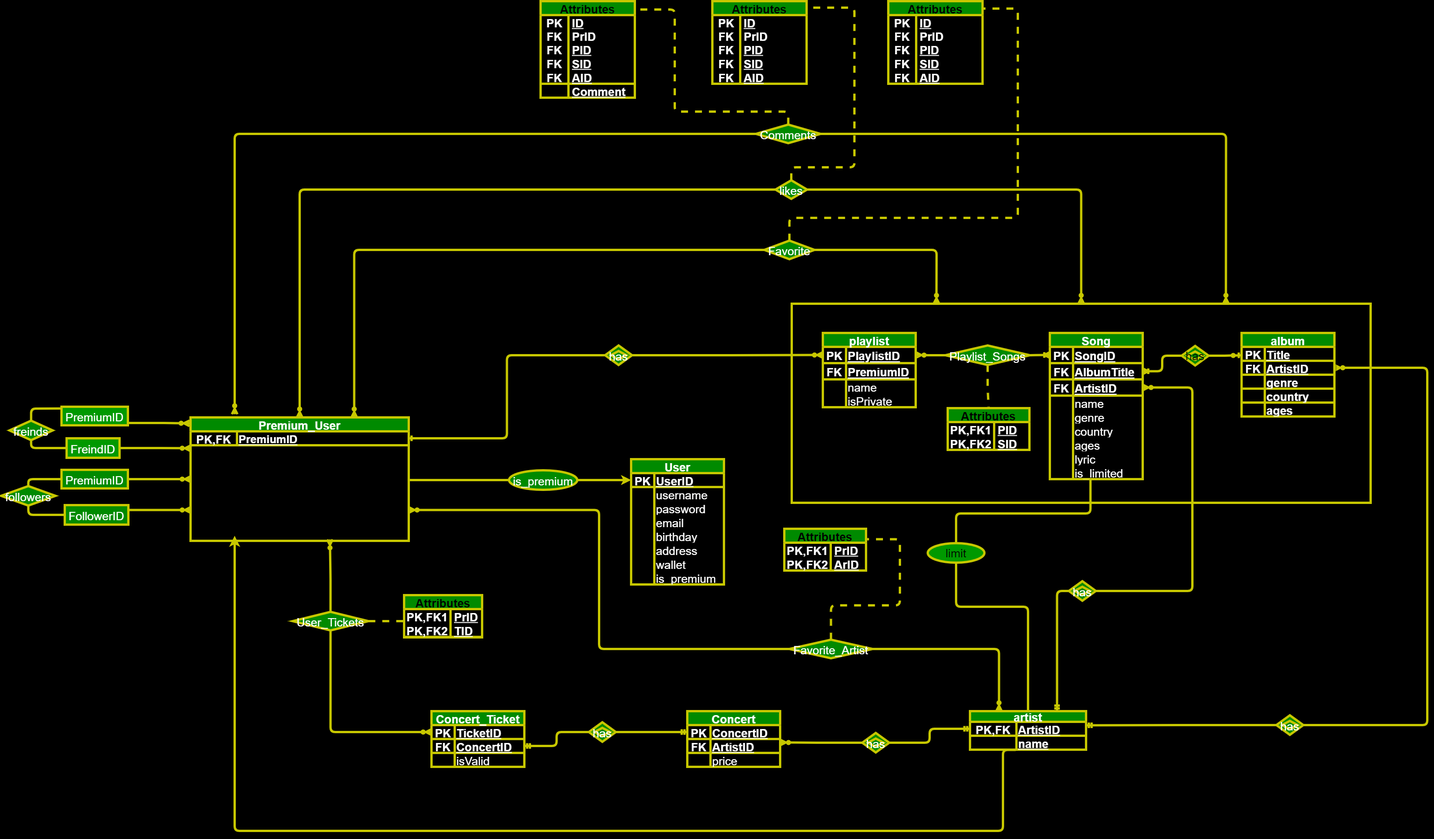
This is ER/ER-diagram-spotify.png from danialmd81/spotify, a draw.io export, as it was before one commit. Source tidied: cells renumbered, new cells last; positions are measured from the earlier drawing's top-left corner, leaving out a move shared by most shapes.
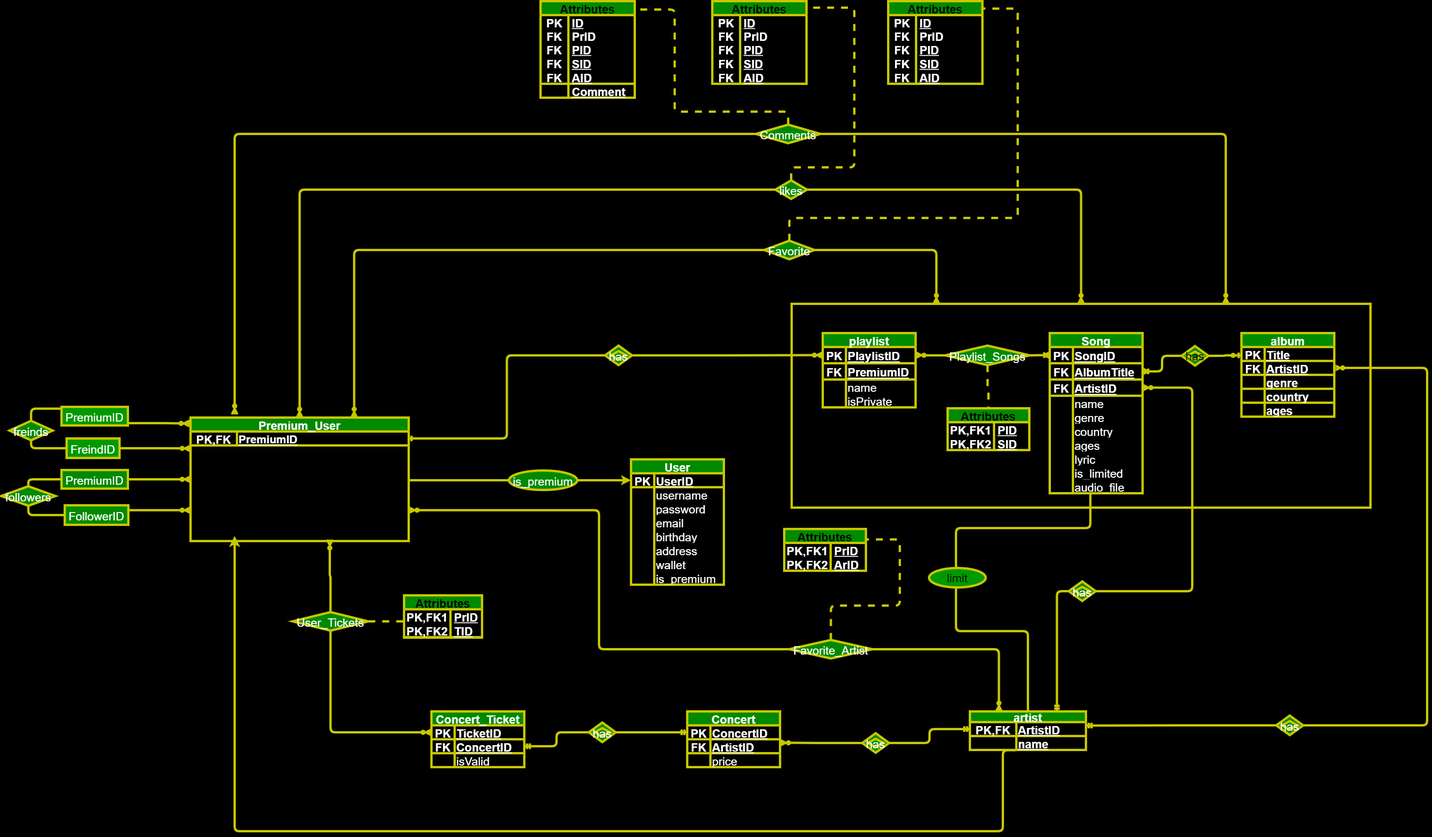
The same diagram one commit later.

What changed in the source:
```diff
@@ -3,7 +3,7 @@
     <mxCell id="0" />
     <mxCell id="1" parent="0" />
     <mxCell id="2" value="Entity" style="whiteSpace=wrap;html=1;align=center;rounded=0;labelBackgroundColor=none;labelBorderColor=none;comic=0;strokeWidth=5;fontFamily=Helvetica;fontSize=25;startSize=30;fillColor=none;fontStyle=1;strokeColor=#C7C700;fontColor=none;noLabel=1;perimeterSpacing=0;swimlaneLine=1;swimlaneFillColor=#000000;spacingTop=0;spacingLeft=2;spacingRight=2;" parent="1" vertex="1">
-      <mxGeometry x="1703" y="652" width="1247" height="429" as="geometry" />
+      <mxGeometry x="1703" y="652" width="1247" height="439" as="geometry" />
     </mxCell>
     <mxCell id="3" value="User" style="shape=table;startSize=30;rowLines=0;fontStyle=1;align=center;labelBackgroundColor=none;fillColor=#008a00;strokeColor=#C7C700;fontColor=#ffffff;rounded=0;strokeWidth=5;swimlaneLine=1;fixDash=0;comic=0;enumerate=0;backgroundOutline=0;fontSize=25;labelBorderColor=none;perimeterSpacing=0;swimlaneFillColor=#000000;spacingTop=0;spacingLeft=2;spacingRight=2;" parent="1" vertex="1">
       <mxGeometry x="1357" y="987" width="200" height="270" as="geometry" />
@@ -104,8 +104,9 @@
     <mxCell id="35" style="edgeStyle=orthogonalEdgeStyle;shape=connector;rounded=1;comic=0;html=1;exitX=0.5;exitY=0;exitDx=0;exitDy=0;entryX=0.5;entryY=1;entryDx=0;entryDy=0;labelBackgroundColor=none;labelBorderColor=none;strokeColor=#C7C700;strokeWidth=5;fontFamily=Helvetica;fontSize=25;fontColor=default;endArrow=none;endFill=0;startSize=30;targetPerimeterSpacing=0;fillColor=#A8DADC;" parent="1" edge="1" source="36" target="177">
       <mxGeometry relative="1" as="geometry">
         <Array as="points">
-          <mxPoint x="2212" y="1305" />
-          <mxPoint x="2057" y="1305" />
+          <mxPoint x="2212" y="1357" />
+          <mxPoint x="2057" y="1357" />
+          <mxPoint x="2057" y="1238" />
         </Array>
       </mxGeometry>
     </mxCell>
@@ -161,7 +162,7 @@
       <mxGeometry x="50" width="150" height="30" as="geometry" />
     </mxCell>
     <mxCell id="53" value="Song" style="shape=table;startSize=30;rowLines=0;fontStyle=1;align=center;strokeColor=#C7C700;fontColor=#ffffff;fillColor=#008a00;labelBackgroundColor=none;rounded=0;strokeWidth=5;swimlaneLine=1;fixDash=0;comic=0;enumerate=0;backgroundOutline=0;fontSize=25;labelBorderColor=none;perimeterSpacing=0;swimlaneFillColor=#000000;spacingTop=0;spacingLeft=2;spacingRight=2;" parent="1" vertex="1">
-      <mxGeometry x="2259" y="715" width="200" height="315" as="geometry" />
+      <mxGeometry x="2259" y="715" width="200" height="345" as="geometry" />
     </mxCell>
     <mxCell id="54" style="shape=tableRow;horizontal=0;startSize=0;swimlaneHead=0;swimlaneBody=0;fillColor=none;points=[[0,0.5],[1,0.5]];portConstraint=eastwest;top=0;left=0;right=0;bottom=1;strokeColor=#C7C700;fontColor=#FFFFFF;labelBackgroundColor=none;rounded=0;strokeWidth=5;swimlaneLine=1;fixDash=0;snapToPoint=0;comic=0;enumerate=0;backgroundOutline=0;fontSize=25;labelBorderColor=none;perimeterSpacing=0;swimlaneFillColor=#000000;spacingTop=0;spacingLeft=2;spacingRight=2;" parent="53" vertex="1">
       <mxGeometry y="30" width="200" height="35" as="geometry" />
@@ -244,6 +245,15 @@
     <mxCell id="80" value="is_limited" style="shape=partialRectangle;fillColor=none;top=0;left=0;bottom=0;right=0;align=left;spacingLeft=2;overflow=hidden;strokeColor=#C7C700;fontColor=#FFFFFF;labelBackgroundColor=none;rounded=0;strokeWidth=5;swimlaneLine=1;fixDash=0;snapToPoint=0;comic=0;enumerate=0;backgroundOutline=0;fontSize=25;labelBorderColor=none;perimeterSpacing=0;swimlaneFillColor=#000000;spacingTop=0;spacingRight=2;" parent="78" vertex="1">
       <mxGeometry x="50" width="150" height="30" as="geometry" />
     </mxCell>
+    <mxCell id="251" style="shape=tableRow;horizontal=0;startSize=0;swimlaneHead=0;swimlaneBody=0;fillColor=none;top=0;left=0;right=0;bottom=0;strokeColor=#C7C700;fontColor=#FFFFFF;labelBackgroundColor=none;rounded=0;strokeWidth=5;swimlaneLine=1;fixDash=0;comic=0;enumerate=0;backgroundOutline=0;fontSize=25;labelBorderColor=none;perimeterSpacing=0;swimlaneFillColor=#000000;spacingTop=0;spacingLeft=2;spacingRight=2;" parent="53" vertex="1">
+      <mxGeometry y="315" width="200" height="30" as="geometry" />
+    </mxCell>
+    <mxCell id="252" style="shape=partialRectangle;fillColor=none;top=0;left=0;bottom=0;right=0;overflow=hidden;strokeColor=#C7C700;fontColor=#FFFFFF;labelBackgroundColor=none;rounded=0;strokeWidth=5;swimlaneLine=1;fixDash=0;comic=0;enumerate=0;backgroundOutline=0;fontSize=25;labelBorderColor=none;perimeterSpacing=0;swimlaneFillColor=#000000;spacingTop=0;spacingLeft=2;spacingRight=2;" parent="251" vertex="1">
+      <mxGeometry width="50" height="30" as="geometry" />
+    </mxCell>
+    <mxCell id="253" value="audio_file" style="shape=partialRectangle;fillColor=none;top=0;left=0;bottom=0;right=0;align=left;spacingLeft=2;overflow=hidden;strokeColor=#C7C700;fontColor=#FFFFFF;labelBackgroundColor=none;rounded=0;strokeWidth=5;swimlaneLine=1;fixDash=0;snapToPoint=0;comic=0;enumerate=0;backgroundOutline=0;fontSize=25;labelBorderColor=none;perimeterSpacing=0;swimlaneFillColor=#000000;spacingTop=0;spacingRight=2;" parent="251" vertex="1">
+      <mxGeometry x="50" width="150" height="30" as="geometry" />
+    </mxCell>
     <mxCell id="81" style="edgeStyle=orthogonalEdgeStyle;shape=connector;rounded=1;comic=0;html=1;exitX=0.5;exitY=0;exitDx=0;exitDy=0;entryX=1;entryY=0.25;entryDx=0;entryDy=0;labelBackgroundColor=none;labelBorderColor=none;strokeColor=#C7C700;strokeWidth=5;fontFamily=Helvetica;fontSize=25;fontColor=default;endArrow=none;endFill=0;fillColor=#A8DADC;dashed=1;" parent="1" edge="1" source="82" target="244">
       <mxGeometry relative="1" as="geometry">
         <Array as="points">
@@ -583,16 +593,16 @@
     <mxCell id="175" value="has" style="shape=rhombus;double=1;perimeter=rhombusPerimeter;align=center;rounded=0;labelBackgroundColor=none;strokeColor=#C7C700;fontFamily=Helvetica;fontSize=25;fontColor=#FFFFFF;fillColor=#008a00;gradientColor=none;strokeWidth=5;swimlaneLine=1;fixDash=0;snapToPoint=0;comic=0;enumerate=0;backgroundOutline=0;labelBorderColor=none;perimeterSpacing=0;swimlaneFillColor=#000000;spacingTop=0;spacingLeft=2;spacingRight=2;" parent="1" vertex="1">
       <mxGeometry x="1301" y="742" width="58" height="42" as="geometry" />
     </mxCell>
-    <mxCell id="176" style="edgeStyle=orthogonalEdgeStyle;shape=connector;rounded=1;comic=0;html=1;exitX=0.5;exitY=0;exitDx=0;exitDy=0;entryX=0.25;entryY=1;entryDx=0;entryDy=0;labelBackgroundColor=none;labelBorderColor=none;strokeColor=#C7C700;strokeWidth=5;fontFamily=Helvetica;fontSize=25;fontColor=default;endArrow=none;endFill=0;startSize=30;targetPerimeterSpacing=0;fillColor=#A8DADC;" parent="1" edge="1" source="177" target="80">
+    <mxCell id="176" style="edgeStyle=orthogonalEdgeStyle;shape=connector;rounded=1;comic=0;html=1;exitX=0.5;exitY=0;exitDx=0;exitDy=0;entryX=0.25;entryY=1;entryDx=0;entryDy=0;labelBackgroundColor=none;labelBorderColor=none;strokeColor=#C7C700;strokeWidth=5;fontFamily=Helvetica;fontSize=25;fontColor=default;endArrow=none;endFill=0;startSize=30;targetPerimeterSpacing=0;fillColor=#A8DADC;" parent="1" edge="1" source="177" target="253">
       <mxGeometry relative="1" as="geometry">
         <Array as="points">
-          <mxPoint x="2057" y="1104" />
-          <mxPoint x="2346" y="1104" />
+          <mxPoint x="2057" y="1135" />
+          <mxPoint x="2347" y="1135" />
         </Array>
       </mxGeometry>
     </mxCell>
     <mxCell id="177" value="limit" style="ellipse;whiteSpace=wrap;html=1;align=center;rounded=0;labelBackgroundColor=none;labelBorderColor=none;comic=0;strokeColor=#C7C700;strokeWidth=5;fontFamily=Helvetica;fontSize=25;fontColor=default;startSize=30;fillColor=#009900;" parent="1" vertex="1">
-      <mxGeometry x="1996" y="1168" width="122" height="42" as="geometry" />
+      <mxGeometry x="1999" y="1221" width="122" height="42" as="geometry" />
     </mxCell>
     <mxCell id="178" value="Attributes" style="shape=table;startSize=30;rowLines=0;fontStyle=1;align=center;rounded=0;labelBackgroundColor=none;labelBorderColor=none;comic=0;strokeColor=#C7C700;strokeWidth=5;fontFamily=Helvetica;fontSize=25;fontColor=default;fillColor=#008a00;" parent="1" vertex="1">
       <mxGeometry x="868" y="1280" width="168" height="91" as="geometry" />
```
